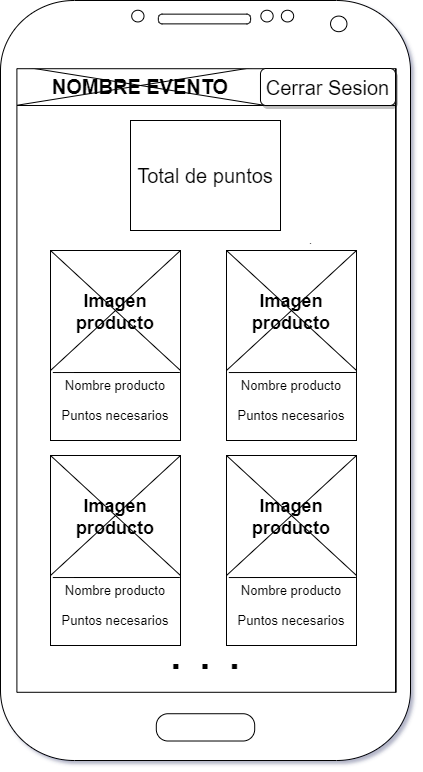
Above: img/CanjeablesPagina.png in OscarLM32/DIU (draw.io), before the change. Source tidied: cells renumbered, new cells last; positions are measured from the earlier drawing's top-left corner, leaving out a move shared by most shapes.
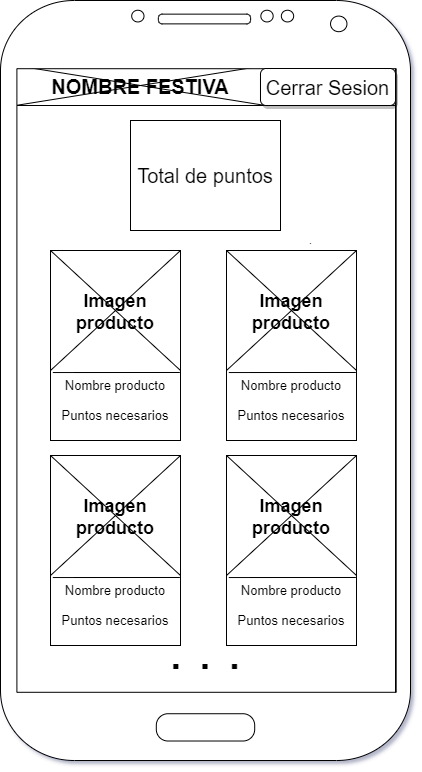
After the change.

The edit, as a diff of the source:
```diff
@@ -11,7 +11,7 @@
     <mxCell id="4" style="rounded=0;whiteSpace=wrap;html=1;shadow=0;fontSize=20;strokeColor=#000000;" parent="1" vertex="1">
       <mxGeometry x="15" y="65" width="270" height="40" as="geometry" />
     </mxCell>
-    <mxCell id="5" value="NOMBRE EVENTO" style="shape=umlDestroy;shadow=0;fontSize=20;strokeColor=#000000;fontStyle=1;" parent="1" vertex="1">
+    <mxCell id="5" value="NOMBRE FESTIVA" style="shape=umlDestroy;shadow=0;fontSize=20;strokeColor=#000000;fontStyle=1;" parent="1" vertex="1">
       <mxGeometry x="15" y="65" width="250" height="40" as="geometry" />
     </mxCell>
     <mxCell id="6" value="." style="text;html=1;align=center;verticalAlign=middle;strokeColor=none;fillColor=none;fontSize=11;" parent="1" vertex="1">
```
